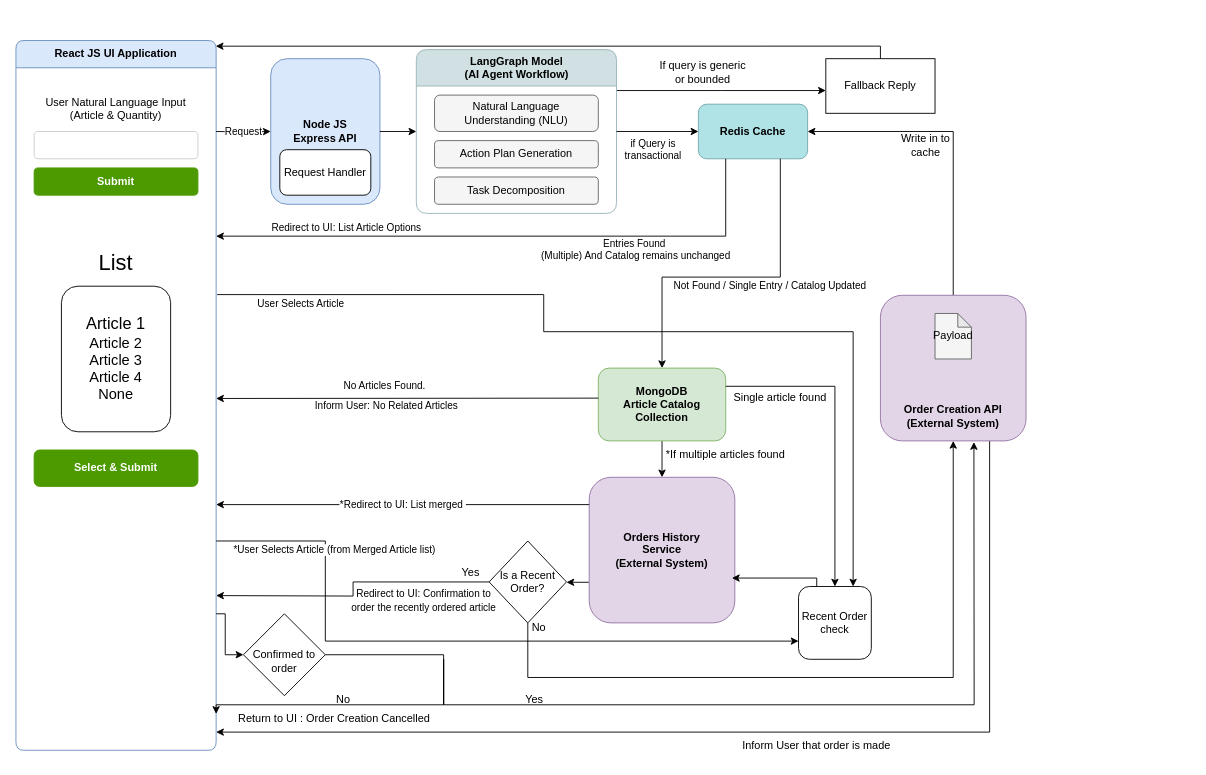
Before: LangraphPOC.drawio in Uday003/ejtos-react_budget_app, a draw.io diagram. Source tidied: cells renumbered, new cells numbered last; positions are measured from the earlier drawing's top-left corner, leaving out a move shared by most shapes. Both pictures are drawn from the tidied source at 91%, with x=0, y=0 at pixel (15, 40).
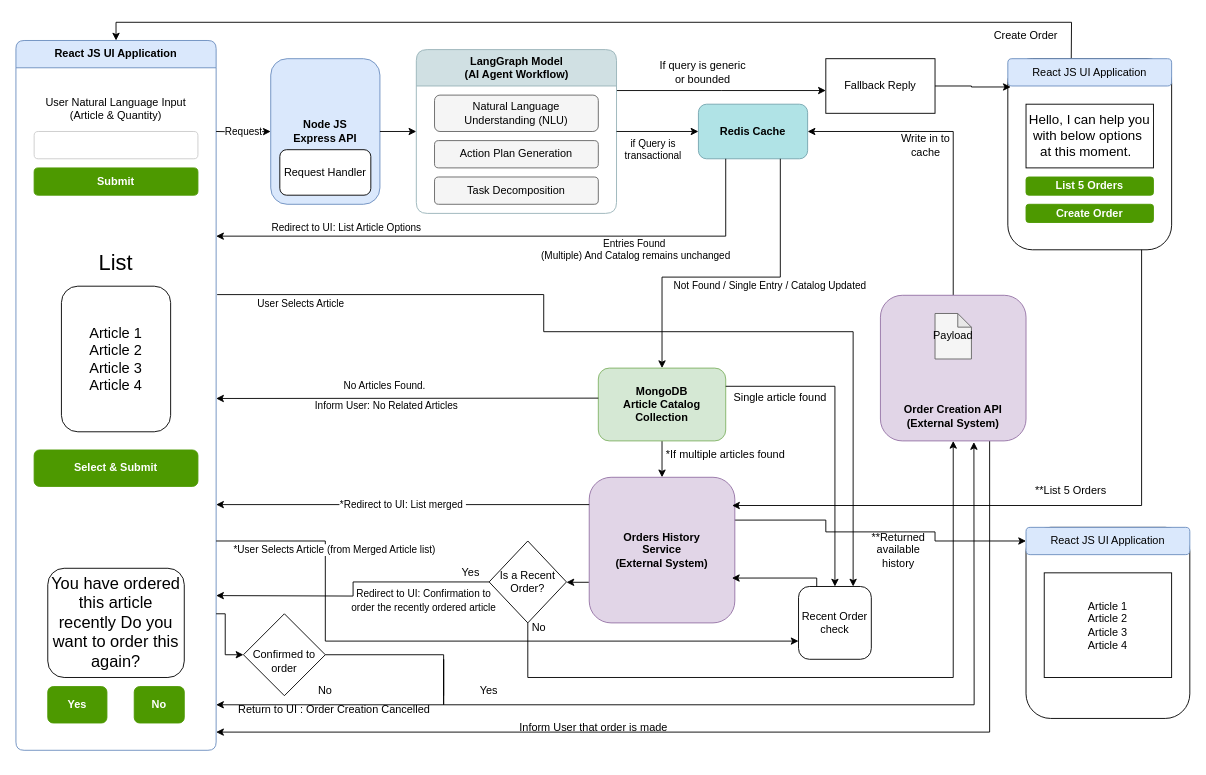
The same page after the edit.

The change refers to these unchanged cells:
```xml
<mxCell id="2" value="React JS UI Application" style="swimlane;html=1;startSize=30;horizontal=1;containerType=tree;fillColor=#dae8fc;strokeColor=#6c8ebf;whiteSpace=wrap;rounded=1;arcSize=10;" parent="1" vertex="1">
  <mxGeometry width="220" height="780" as="geometry" />
</mxCell>
<mxCell id="23" value="Orders History&#10;Service&#10;(External System)" style="rounded=1;whiteSpace=wrap;html=1;fillColor=#e1d5e7;strokeColor=#9673a6;fontStyle=1;" parent="1" vertex="1">
  <mxGeometry x="630" y="480" width="160" height="160" as="geometry" />
</mxCell>
<mxCell id="40" value="Fallback Reply" style="rounded=0;whiteSpace=wrap;html=1;" parent="1" vertex="1">
  <mxGeometry x="890" y="20" width="120" height="60" as="geometry" />
</mxCell>
<mxCell id="52" value="&lt;div&gt;&lt;br&gt;&lt;/div&gt;Confirmed to order" style="rhombus;whiteSpace=wrap;html=1;" parent="1" vertex="1">
  <mxGeometry x="250" y="630" width="90" height="90" as="geometry" />
</mxCell>
```

What changed in the source:
```diff
@@
-    <mxCell id="6" value="&lt;font style=&quot;font-size: 18px;&quot;&gt;Article 1&lt;/font&gt;&lt;div&gt;&lt;font size=&quot;3&quot;&gt;Article 2&lt;/font&gt;&lt;/div&gt;&lt;div&gt;&lt;font size=&quot;3&quot;&gt;Article 3&lt;/font&gt;&lt;/div&gt;&lt;div&gt;&lt;font size=&quot;3&quot;&gt;Article 4&lt;/font&gt;&lt;/div&gt;&lt;div&gt;&lt;font size=&quot;3&quot;&gt;None&lt;/font&gt;&lt;/div&gt;" style="rounded=1;whiteSpace=wrap;html=1;align=center;" parent="2" vertex="1">
+    <mxCell id="6" value="&lt;font style=&quot;font-size: 16px;&quot;&gt;Article 1&lt;/font&gt;&lt;div&gt;&lt;font size=&quot;3&quot;&gt;Article 2&lt;/font&gt;&lt;/div&gt;&lt;div&gt;&lt;font size=&quot;3&quot;&gt;Article 3&lt;/font&gt;&lt;/div&gt;&lt;div&gt;&lt;font size=&quot;3&quot;&gt;Article 4&lt;/font&gt;&lt;/div&gt;" style="rounded=1;whiteSpace=wrap;html=1;align=center;" parent="2" vertex="1">
       <mxGeometry x="50" y="270" width="120" height="160" as="geometry" />
     </mxCell>
@@
+    <mxCell id="59" value="&lt;span style=&quot;font-size: 18px;&quot;&gt;You have ordered this article recently Do you want to order this again?&lt;/span&gt;" style="rounded=1;whiteSpace=wrap;html=1;align=center;" parent="2" vertex="1">
+      <mxGeometry x="35" y="580" width="150" height="120" as="geometry" />
+    </mxCell>
+    <mxCell id="60" value="Yes" style="rounded=1;whiteSpace=wrap;html=1;fillColor=#4D9900;strokeColor=#4D9900;fontColor=#ffffff;fontStyle=1;" parent="2" vertex="1">
+      <mxGeometry x="35" y="710" width="65" height="40" as="geometry" />
+    </mxCell>
+    <mxCell id="61" value="No" style="rounded=1;whiteSpace=wrap;html=1;fillColor=#4D9900;strokeColor=#4D9900;fontColor=#ffffff;fontStyle=1;" parent="2" vertex="1">
+      <mxGeometry x="130" y="710" width="55" height="40" as="geometry" />
+    </mxCell>
@@
+    <mxCell id="62" style="edgeStyle=orthogonalEdgeStyle;rounded=0;jettySize=auto;html=1;exitX=0.994;exitY=0.294;exitDx=0;exitDy=0;exitPerimeter=0;" parent="1" edge="1" source="23">
+      <mxGeometry relative="1" as="geometry">
+        <mxPoint x="1110" y="550" as="targetPoint" />
+        <Array as="points">
+          <mxPoint x="890" y="527" />
+          <mxPoint x="890" y="540" />
+          <mxPoint x="1010" y="540" />
+          <mxPoint x="1010" y="550" />
+        </Array>
+      </mxGeometry>
+    </mxCell>
@@
     <mxCell id="35" value="Inform User that order is made" style="text;html=1;whiteSpace=wrap;strokeColor=none;fillColor=none;align=center;verticalAlign=middle;rounded=0;" parent="1" vertex="1">
-      <mxGeometry x="790" y="760" width="180" height="30" as="geometry" />
+      <mxGeometry x="545" y="740" width="180" height="30" as="geometry" />
     </mxCell>
@@
-    <mxCell id="41" style="edgeStyle=orthogonalEdgeStyle;rounded=0;jettySize=auto;html=1;entryX=0.998;entryY=0.008;entryDx=0;entryDy=0;entryPerimeter=0;" parent="1" edge="1" source="40" target="2">
-      <mxGeometry relative="1" as="geometry">
-        <Array as="points">
-          <mxPoint x="950" y="6" />
-        </Array>
-      </mxGeometry>
-    </mxCell>
@@
     <mxCell id="51" style="edgeStyle=orthogonalEdgeStyle;rounded=0;jettySize=auto;html=1;exitX=1;exitY=0.5;exitDx=0;exitDy=0;" parent="1" edge="1" source="52">
       <mxGeometry relative="1" as="geometry">
-        <mxPoint x="220" y="740" as="targetPoint" />
+        <mxPoint x="220" y="730" as="targetPoint" />
         <Array as="points">
           <mxPoint x="470" y="675" />
           <mxPoint x="470" y="730" />
           <mxPoint x="220" y="730" />
         </Array>
       </mxGeometry>
     </mxCell>
@@
     <mxCell id="55" value="No" style="text;html=1;whiteSpace=wrap;strokeColor=none;fillColor=none;align=center;verticalAlign=middle;rounded=0;" parent="1" vertex="1">
-      <mxGeometry x="330" y="710" width="60" height="30" as="geometry" />
+      <mxGeometry x="310" y="700" width="60" height="30" as="geometry" />
     </mxCell>
     <mxCell id="56" value="Yes" style="text;html=1;whiteSpace=wrap;strokeColor=none;fillColor=none;align=center;verticalAlign=middle;rounded=0;" parent="1" vertex="1">
-      <mxGeometry x="540" y="710" width="60" height="30" as="geometry" />
+      <mxGeometry x="490" y="700" width="60" height="30" as="geometry" />
     </mxCell>
     <mxCell id="57" value="Return to UI : Order Creation Cancelled" style="text;html=1;whiteSpace=wrap;strokeColor=none;fillColor=none;align=center;verticalAlign=middle;rounded=0;" parent="1" vertex="1">
-      <mxGeometry x="230" y="730" width="240" height="30" as="geometry" />
+      <mxGeometry x="230" y="720" width="240" height="30" as="geometry" />
     </mxCell>
@@
+    <mxCell id="63" style="edgeStyle=orthogonalEdgeStyle;rounded=0;orthogonalLoop=1;jettySize=auto;html=1;exitX=0.828;exitY=0.995;exitDx=0;exitDy=0;entryX=1;entryY=0.5;entryDx=0;entryDy=0;exitPerimeter=0;" parent="1" edge="1">
+      <mxGeometry relative="1" as="geometry">
+        <mxPoint x="1236" y="180" as="sourcePoint" />
+        <mxPoint x="787" y="511" as="targetPoint" />
+        <Array as="points">
+          <mxPoint x="1237" y="511" />
+        </Array>
+      </mxGeometry>
+    </mxCell>
+    <mxCell id="64" style="whiteSpace=wrap;html=1;rounded=1;" parent="1" vertex="1">
+      <mxGeometry x="1090" y="20" width="180" height="210" as="geometry" />
+    </mxCell>
+    <mxCell id="65" style="edgeStyle=orthogonalEdgeStyle;rounded=0;jettySize=auto;html=1;exitX=1;exitY=0.5;exitDx=0;exitDy=0;entryX=0.018;entryY=0.148;entryDx=0;entryDy=0;entryPerimeter=0;" parent="1" edge="1" source="40" target="64">
+      <mxGeometry relative="1" as="geometry" />
+    </mxCell>
+    <mxCell id="66" style="edgeStyle=orthogonalEdgeStyle;rounded=0;jettySize=auto;html=1;exitX=0.387;exitY=0.049;exitDx=0;exitDy=0;entryX=0.5;entryY=0;entryDx=0;entryDy=0;exitPerimeter=0;" parent="1" edge="1" source="67" target="2">
+      <mxGeometry relative="1" as="geometry">
+        <Array as="points">
+          <mxPoint x="1160" y="20" />
+          <mxPoint x="1160" y="-20" />
+          <mxPoint x="110" y="-20" />
+        </Array>
+      </mxGeometry>
+    </mxCell>
+    <mxCell id="67" value="React JS UI Application" style="rounded=1;whiteSpace=wrap;html=1;fillColor=#dae8fc;strokeColor=#6c8ebf;" parent="1" vertex="1">
+      <mxGeometry x="1090" y="20" width="180" height="30" as="geometry" />
+    </mxCell>
+    <mxCell id="68" value="&lt;span style=&quot;white-space-collapse: preserve; font-family: Calibri; font-size: 14.6667px; text-align: start; background-color: rgb(255, 255, 255);&quot;&gt;Hello, I can help you with below options &lt;/span&gt;&lt;div&gt;&lt;span style=&quot;font-family: Calibri; font-size: 14.6667px; text-align: start; white-space-collapse: preserve; background-color: rgb(255, 255, 255);&quot;&gt;at this moment.  &lt;/span&gt;&lt;/div&gt;" style="rounded=0;whiteSpace=wrap;html=1;glass=0;" parent="1" vertex="1">
+      <mxGeometry x="1110" y="70" width="140" height="70" as="geometry" />
+    </mxCell>
+    <mxCell id="69" value="List 5 Orders" style="rounded=1;whiteSpace=wrap;html=1;fillColor=#4D9900;strokeColor=#4D9900;fontColor=#ffffff;fontStyle=1;" parent="1" vertex="1">
+      <mxGeometry x="1110" y="150" width="140" height="20" as="geometry" />
+    </mxCell>
+    <mxCell id="70" value="Create Order" style="rounded=1;whiteSpace=wrap;html=1;fillColor=#4D9900;strokeColor=#4D9900;fontColor=#ffffff;fontStyle=1;" parent="1" vertex="1">
+      <mxGeometry x="1110" y="180" width="140" height="20" as="geometry" />
+    </mxCell>
+    <mxCell id="71" value="Create Order" style="text;html=1;whiteSpace=wrap;strokeColor=none;fillColor=none;align=center;verticalAlign=middle;rounded=0;" parent="1" vertex="1">
+      <mxGeometry x="1060" y="-20" width="100" height="30" as="geometry" />
+    </mxCell>
+    <mxCell id="72" value="**List 5 Orders" style="text;html=1;whiteSpace=wrap;strokeColor=none;fillColor=none;align=center;verticalAlign=middle;rounded=0;" parent="1" vertex="1">
+      <mxGeometry x="1110" y="480" width="99" height="30" as="geometry" />
+    </mxCell>
+    <mxCell id="73" style="whiteSpace=wrap;html=1;rounded=1;" parent="1" vertex="1">
+      <mxGeometry x="1110" y="535" width="180" height="210" as="geometry" />
+    </mxCell>
+    <mxCell id="74" value="React JS UI Application" style="rounded=1;whiteSpace=wrap;html=1;fillColor=#dae8fc;strokeColor=#6c8ebf;" parent="1" vertex="1">
+      <mxGeometry x="1110" y="535" width="180" height="30" as="geometry" />
+    </mxCell>
+    <mxCell id="75" value="&lt;div style=&quot;&quot;&gt;Article 1&lt;/div&gt;&lt;div style=&quot;&quot;&gt;Article 2&lt;/div&gt;&lt;div style=&quot;&quot;&gt;Article 3&lt;/div&gt;&lt;div style=&quot;&quot;&gt;Article 4&lt;/div&gt;" style="rounded=0;whiteSpace=wrap;html=1;glass=0;align=center;" parent="1" vertex="1">
+      <mxGeometry x="1130" y="585" width="140" height="115" as="geometry" />
+    </mxCell>
+    <mxCell id="76" value="**Returned available history" style="text;html=1;whiteSpace=wrap;strokeColor=none;fillColor=none;align=center;verticalAlign=middle;rounded=0;" parent="1" vertex="1">
+      <mxGeometry x="940" y="545" width="60" height="30" as="geometry" />
+    </mxCell>
```
